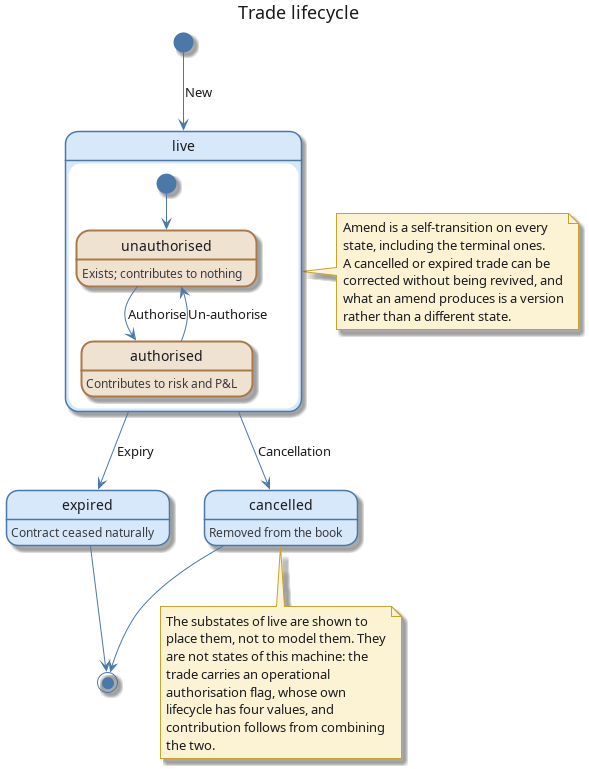
Earlier version of the PlantUML export doc/knowledge/domain/trade_status_lifecycle.png (OreStudio/OreStudio). Its source is kept beside it as doc/knowledge/domain/trade_status_lifecycle.puml.
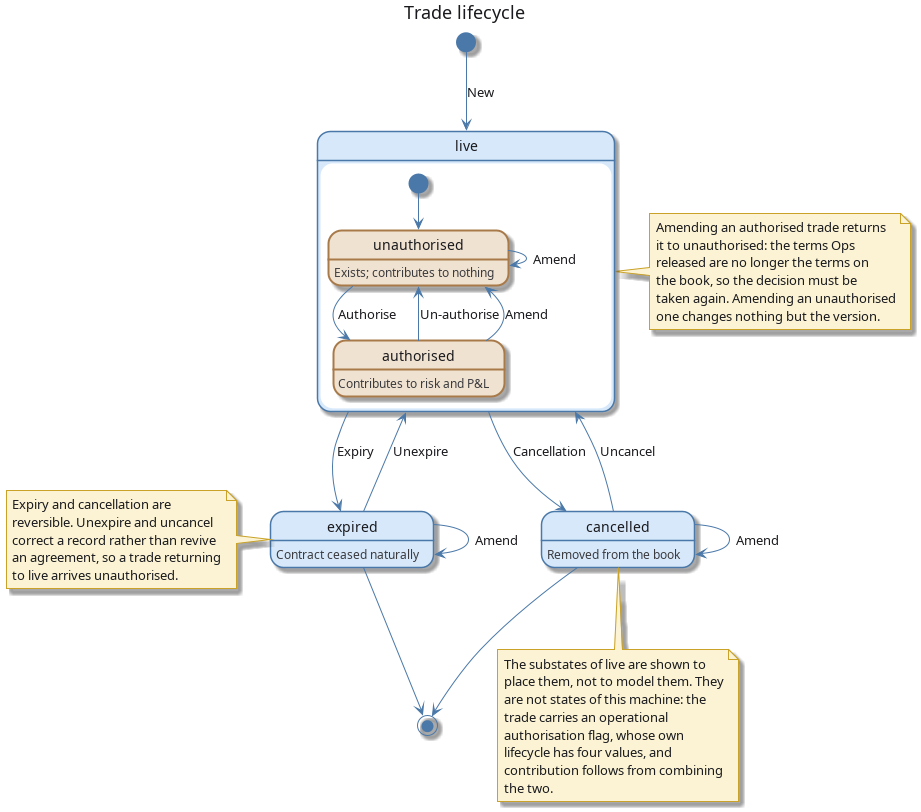
After the commit.

Commit message:
[doc] Add unexpire and uncancel, and make amend withdraw authorisation

Diff of the diagram source:
```diff
@@ -31,6 +31,8 @@
   [*] --> Unauthorised
   Unauthorised --> Authorised : Authorise
   Authorised --> Unauthorised : Un-authorise
+  Authorised --> Unauthorised : Amend
+  Unauthorised --> Unauthorised : Amend
 }
 
 state "expired" as Expired
@@ -42,16 +44,20 @@
 [*] --> Live : New
 Live --> Expired : Expiry
 Live --> Cancelled : Cancellation
+Expired --> Live : Unexpire
+Cancelled --> Live : Uncancel
+Expired --> Expired : Amend
+Cancelled --> Cancelled : Amend
 Expired --> [*]
 Cancelled --> [*]
 
 note right of Live
-  Amend is a self-transition on every
-  state, including the terminal ones.
-  A cancelled or expired trade can be
-  corrected without being revived, and
-  what an amend produces is a version
-  rather than a different state.
+  Amending an authorised trade returns
+  it to unauthorised: the terms Ops
+  released are no longer the terms on
+  the book, so the decision must be
+  taken again. Amending an unauthorised
+  one changes nothing but the version.
 end note
 
 note bottom of Cancelled
@@ -65,4 +71,12 @@
   the two.
 end note
 
+note left of Expired
+  Expiry and cancellation are
+  reversible. Unexpire and uncancel
+  correct a record rather than revive
+  an agreement, so a trade returning
+  to live arrives unauthorised.
+end note
+
 @enduml
```
